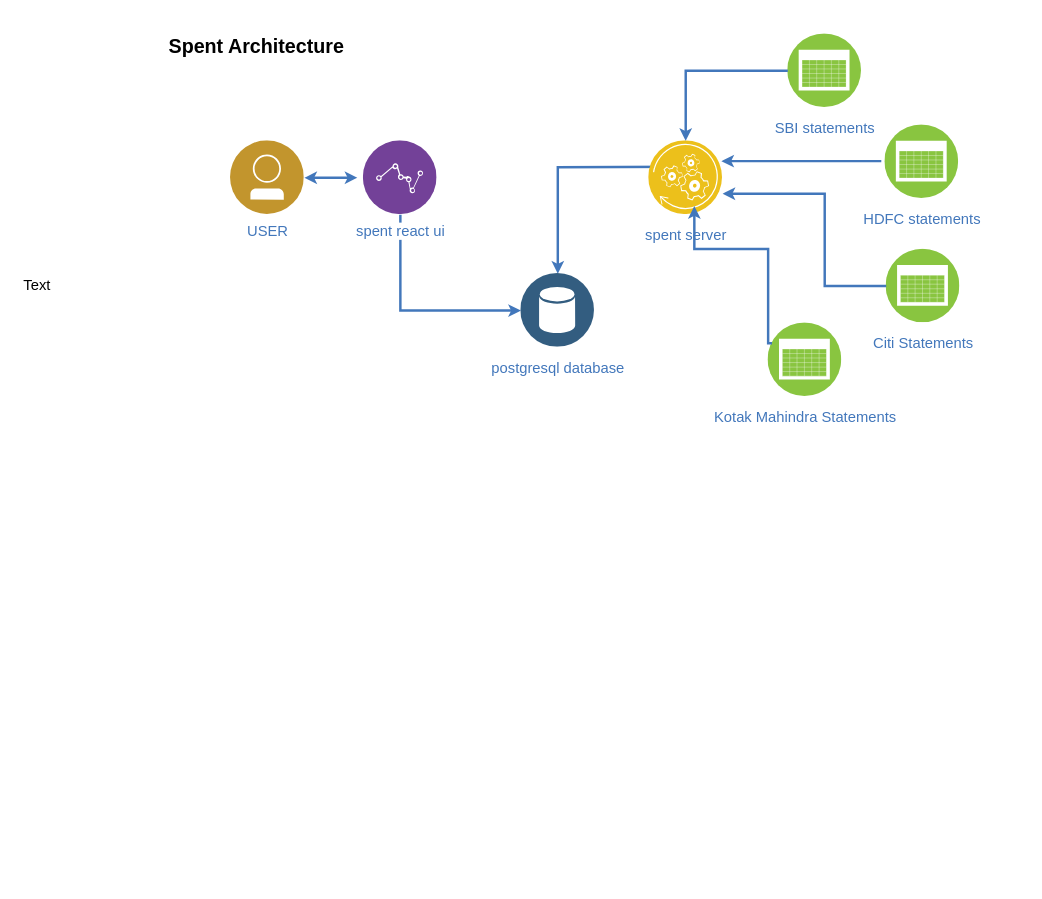
Earlier version of the draw.io diagram templates/Spent Architecture.drawio (TechPrimers/spent). Source tidied: cells renumbered, new cells numbered last; positions are measured from the earlier drawing's top-left corner, leaving out a move shared by most shapes. Both pictures are drawn from the tidied source at 123%, with x=0, y=0 at pixel (21, 21).
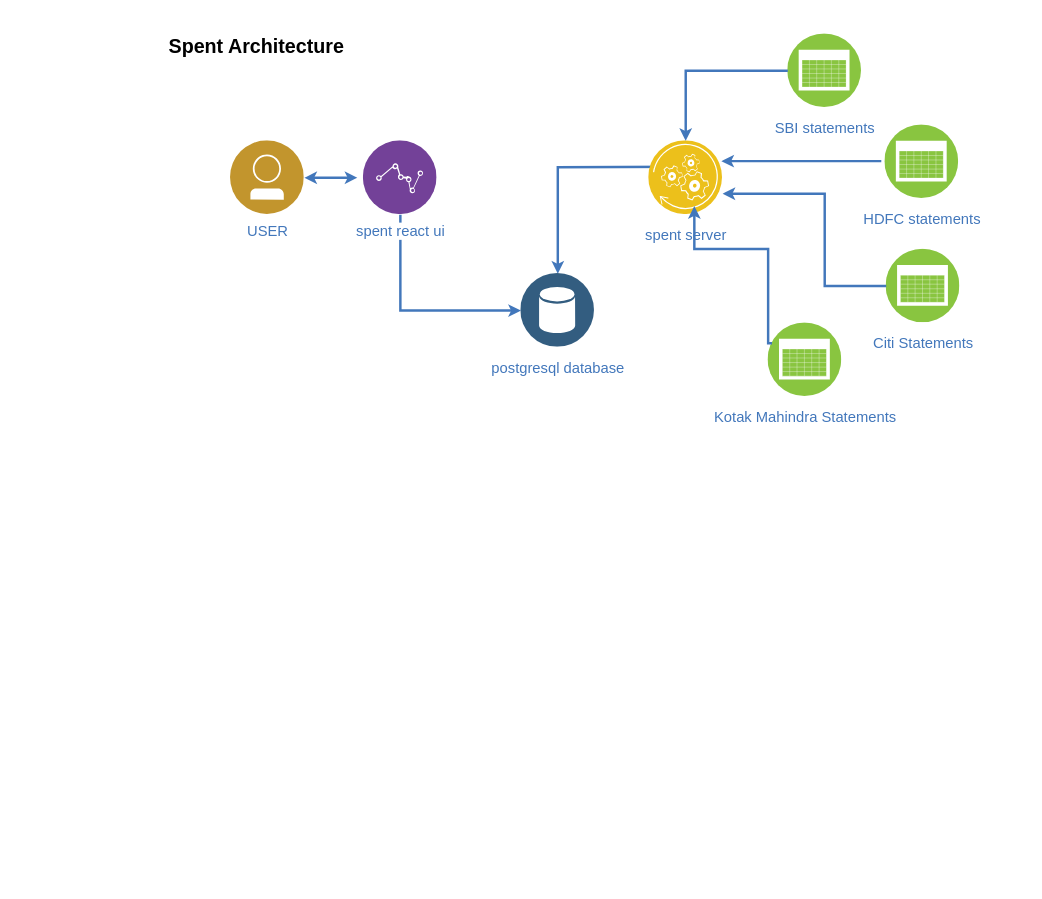
Above is the later version.

Change to the diagram source:
```diff
@@
-    <mxCell id="19" value="Text" style="text;html=1;align=left;verticalAlign=top;spacingTop=-4;" parent="1" vertex="1">
-      <mxGeometry y="205" width="40" height="20" as="geometry" />
-    </mxCell>
```
